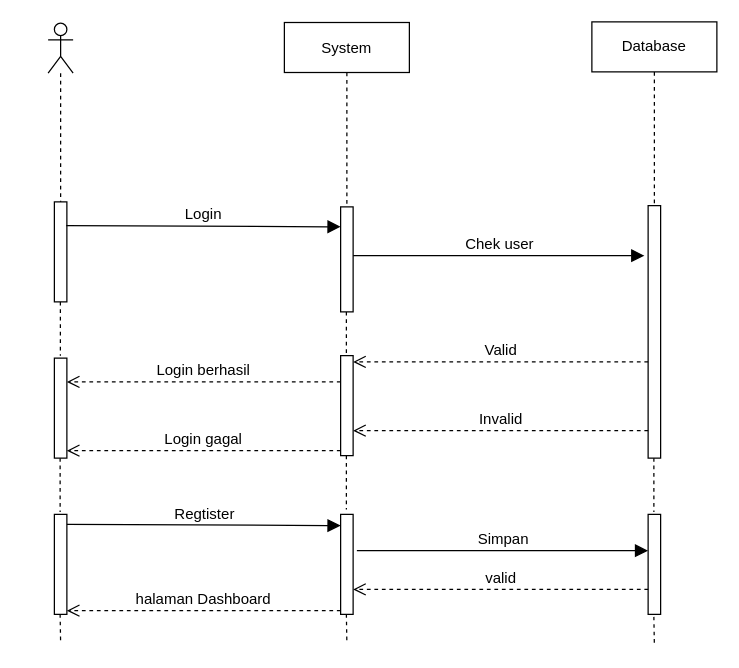
The draw.io diagram page "Login Register" (3 of 6) of sequence diagram.drawio in AmirRazer/DrawIoErd, before the edit. Source tidied: cells renumbered, new cells numbered last; positions are measured from the earlier drawing's top-left corner, leaving out a move shared by most shapes. Both pictures are drawn from the tidied source at 125%, with x=0, y=0 at pixel (48, 21).
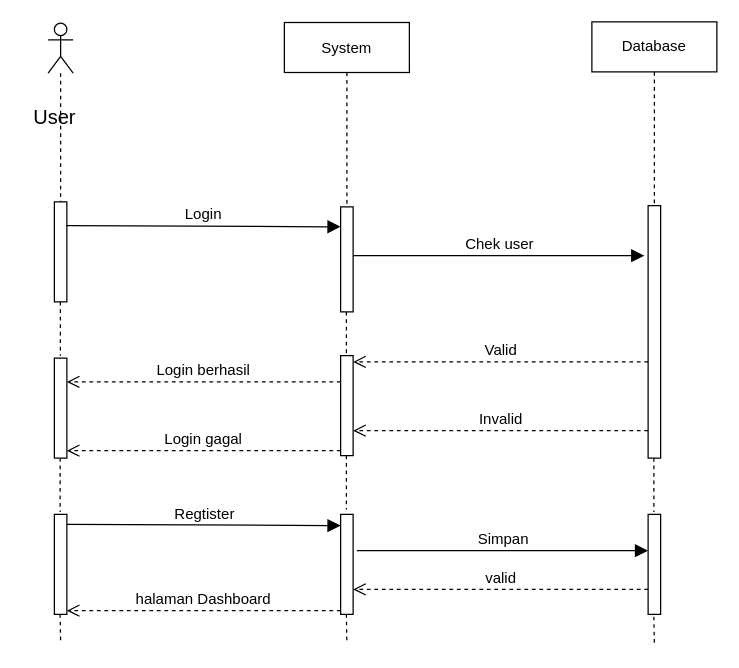
Above is the later version.

The edit, as a diff of the source:
```diff
@@
+    <mxCell id="31" value="User" style="text;html=1;align=center;verticalAlign=middle;strokeColor=none;fillColor=none;fontSize=16;" parent="1" vertex="1">
+      <mxGeometry x="-21" y="60.5" width="52" height="31" as="geometry" />
+    </mxCell>
```
